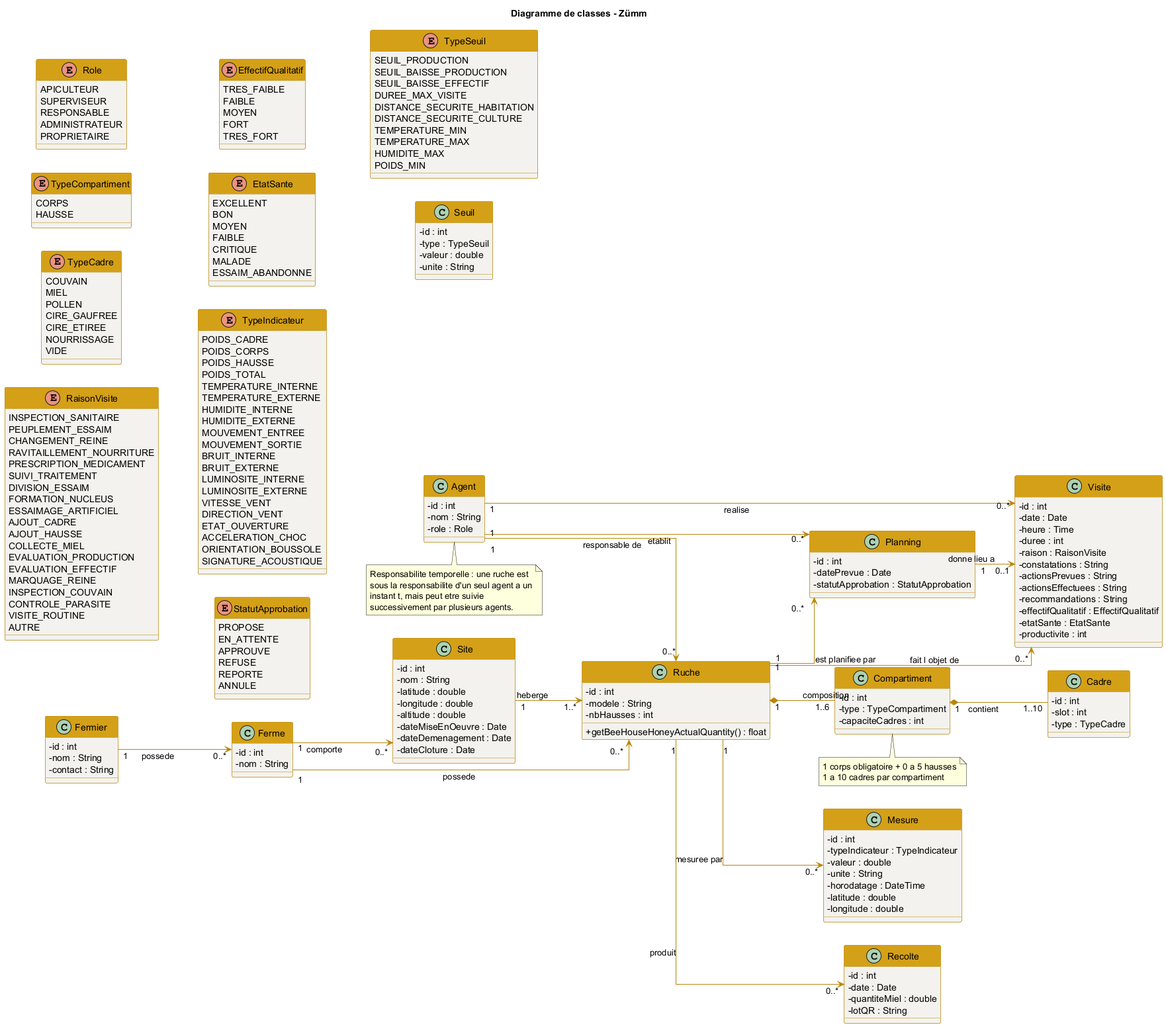
Earlier version of the PlantUML export cahier de charge/images/diagramme_classes.png (iyednefzi99/Z-mm). Source of this version:
```plantuml
@startuml diagramme_classes
left to right direction
skinparam linetype ortho
skinparam shadowing false
skinparam classAttributeIconSize 0
skinparam class {
  BackgroundColor #F3F2EE
  BorderColor #B8860B
  ArrowColor #B8860B
  HeaderBackgroundColor #D4A017
}
title Diagramme de classes - Zümm

enum Role {
  APICULTEUR
  SUPERVISEUR
  RESPONSABLE
  ADMINISTRATEUR
  PROPRIETAIRE
}

enum TypeCompartiment {
  CORPS
  HAUSSE
}

enum TypeCadre {
  COUVAIN
  MIEL
  POLLEN
  CIRE_GAUFREE
  CIRE_ETIREE
  NOURRISSAGE
  VIDE
}

enum RaisonVisite {
  INSPECTION_SANITAIRE
  PEUPLEMENT_ESSAIM
  CHANGEMENT_REINE
  RAVITAILLEMENT_NOURRITURE
  PRESCRIPTION_MEDICAMENT
  SUIVI_TRAITEMENT
  DIVISION_ESSAIM
  FORMATION_NUCLEUS
  ESSAIMAGE_ARTIFICIEL
  AJOUT_CADRE
  AJOUT_HAUSSE
  COLLECTE_MIEL
  EVALUATION_PRODUCTION
  EVALUATION_EFFECTIF
  MARQUAGE_REINE
  INSPECTION_COUVAIN
  CONTROLE_PARASITE
  VISITE_ROUTINE
  AUTRE
}

enum EffectifQualitatif {
  TRES_FAIBLE
  FAIBLE
  MOYEN
  FORT
  TRES_FORT
}

enum EtatSante {
  EXCELLENT
  BON
  MOYEN
  FAIBLE
  CRITIQUE
  MALADE
  ESSAIM_ABANDONNE
}

enum TypeIndicateur {
  POIDS_CADRE
  POIDS_CORPS
  POIDS_HAUSSE
  POIDS_TOTAL
  TEMPERATURE_INTERNE
  TEMPERATURE_EXTERNE
  HUMIDITE_INTERNE
  HUMIDITE_EXTERNE
  MOUVEMENT_ENTREE
  MOUVEMENT_SORTIE
  BRUIT_INTERNE
  BRUIT_EXTERNE
  LUMINOSITE_INTERNE
  LUMINOSITE_EXTERNE
  VITESSE_VENT
  DIRECTION_VENT
  ETAT_OUVERTURE
  ACCELERATION_CHOC
  ORIENTATION_BOUSSOLE
  SIGNATURE_ACOUSTIQUE
}

enum StatutApprobation {
  PROPOSE
  EN_ATTENTE
  APPROUVE
  REFUSE
  REPORTE
  ANNULE
}

enum TypeSeuil {
  SEUIL_PRODUCTION
  SEUIL_BAISSE_PRODUCTION
  SEUIL_BAISSE_EFFECTIF
  DUREE_MAX_VISITE
  DISTANCE_SECURITE_HABITATION
  DISTANCE_SECURITE_CULTURE
  TEMPERATURE_MIN
  TEMPERATURE_MAX
  HUMIDITE_MAX
  POIDS_MIN
}

class Fermier {
  -id : int
  -nom : String
  -contact : String
}

class Ferme {
  -id : int
  -nom : String
}

class Site {
  -id : int
  -nom : String
  -latitude : double
  -longitude : double
  -altitude : double
  -dateMiseEnOeuvre : Date
  -dateDemenagement : Date
  -dateCloture : Date
}

class Ruche {
  -id : int
  -modele : String
  -nbHausses : int
  +getBeeHouseHoneyActualQuantity() : float
}

class Compartiment {
  -id : int
  -type : TypeCompartiment
  -capaciteCadres : int
}

class Cadre {
  -id : int
  -slot : int
  -type : TypeCadre
}

class Agent {
  -id : int
  -nom : String
  -role : Role
}

class Planning {
  -id : int
  -datePrevue : Date
  -statutApprobation : StatutApprobation
}

class Visite {
  -id : int
  -date : Date
  -heure : Time
  -duree : int
  -raison : RaisonVisite
  -constatations : String
  -actionsPrevues : String
  -actionsEffectuees : String
  -recommandations : String
  -effectifQualitatif : EffectifQualitatif
  -etatSante : EtatSante
  -productivite : int
}

class Mesure {
  -id : int
  -typeIndicateur : TypeIndicateur
  -valeur : double
  -unite : String
  -horodatage : DateTime
  -latitude : double
  -longitude : double
}

class Recolte {
  -id : int
  -date : Date
  -quantiteMiel : double
  -lotQR : String
}

class Seuil {
  -id : int
  -type : TypeSeuil
  -valeur : double
  -unite : String
}

Fermier "1" --> "0..*" Ferme : possede
Ferme "1" --> "0..*" Site : comporte
Site "1" --> "1..*" Ruche : heberge
Ferme "1" --> "0..*" Ruche : possede
Ruche "1" *-- "1..6" Compartiment : composition
Compartiment "1" *-- "1..10" Cadre : contient
Agent "1" --> "0..*" Ruche : responsable de
Ruche "1" --> "0..*" Visite : fait l objet de
Agent "1" --> "0..*" Visite : realise
Ruche "1" --> "0..*" Planning : est planifiee par
Agent "1" --> "0..*" Planning : etablit
Planning "1" --> "0..1" Visite : donne lieu a
Ruche "1" --> "0..*" Mesure : mesuree par
Ruche "1" --> "0..*" Recolte : produit

note bottom of Compartiment
  1 corps obligatoire + 0 a 5 hausses
  1 a 10 cadres par compartiment
end note

note bottom of Agent
  Responsabilite temporelle : une ruche est
  sous la responsabilite d'un seul agent a un
  instant t, mais peut etre suivie
  successivement par plusieurs agents.
end note

@enduml
```
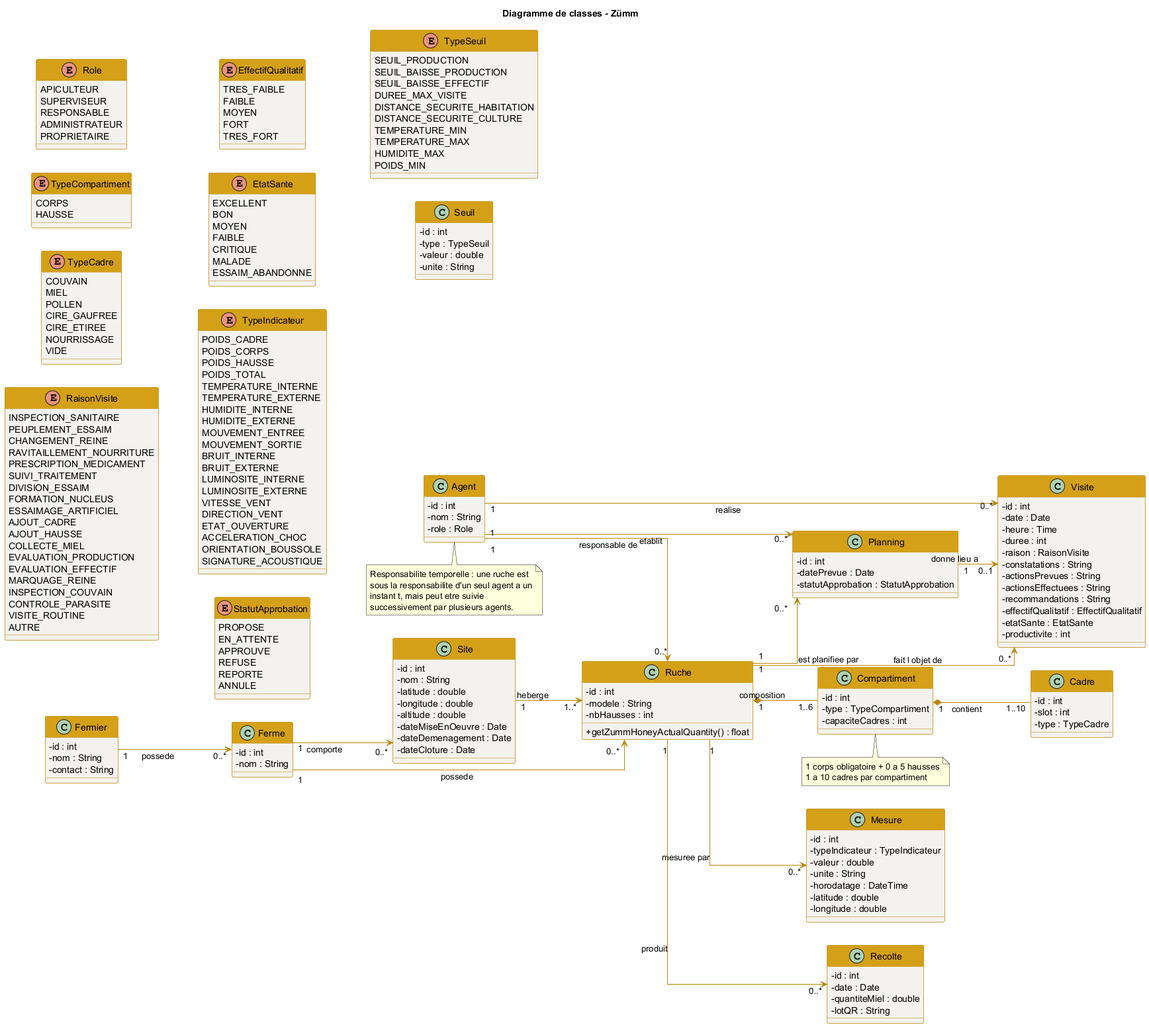
Above is the later version.

Diff of the diagram source:
```diff
@@ -145,7 +145,7 @@
   -id : int
   -modele : String
   -nbHausses : int
-  +getBeeHouseHoneyActualQuantity() : float
+  +getZummHoneyActualQuantity() : float
 }
 
 class Compartiment {
```
